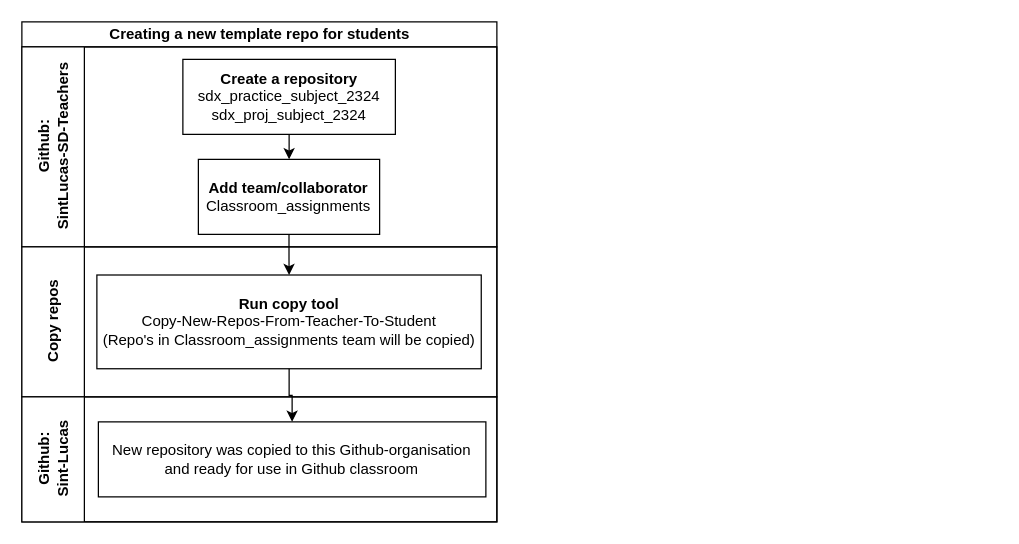
dvriet/diagrams keeps this draw.io diagram as github_assignments.drawio. Above is the earlier version. Source tidied: cells renumbered, new cells numbered last; positions are measured from the earlier drawing's top-left corner, leaving out a move shared by most shapes. Both pictures are drawn from the tidied source at 125%, with x=0, y=0 at pixel (21, 21).
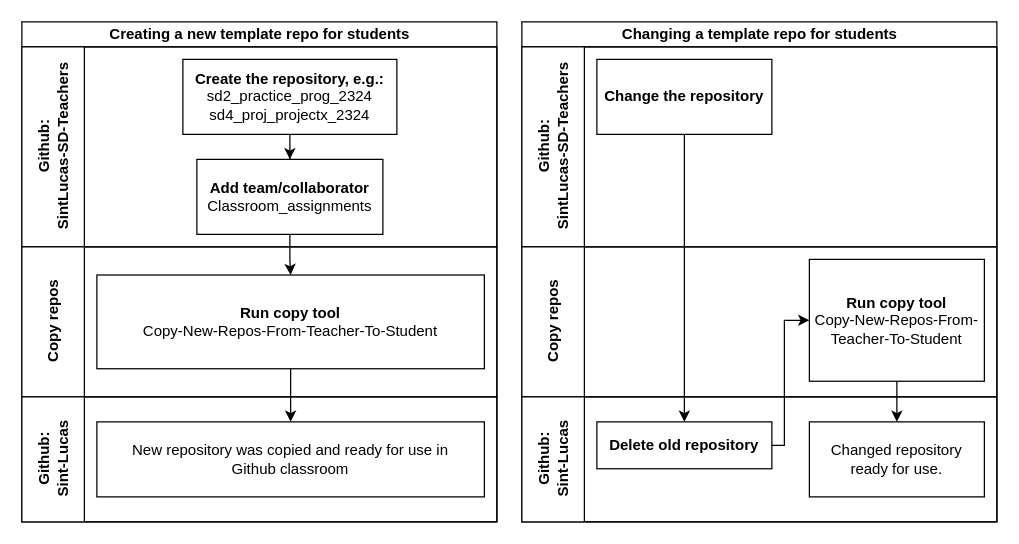
The same diagram, later.

Unchanged cells that the change refers to:
```xml
<mxCell id="2" value="Creating a new template repo for students" style="swimlane;horizontal=1;startSize=20;html=1;" parent="1" vertex="1">
  <mxGeometry width="380" height="400" as="geometry" />
</mxCell>
<mxCell id="3" value="Github:&lt;br&gt;SintLucas-SD-Teachers" style="swimlane;startSize=50;horizontal=0;html=1;" parent="2" vertex="1">
  <mxGeometry y="20" width="380" height="160" as="geometry" />
</mxCell>
<mxCell id="7" value="Copy repos" style="swimlane;startSize=50;horizontal=0;html=1;" parent="2" vertex="1">
  <mxGeometry y="180" width="380" height="120" as="geometry" />
</mxCell>
<mxCell id="9" value="Github:&lt;br&gt;Sint-Lucas" style="swimlane;startSize=50;horizontal=0;html=1;" parent="2" vertex="1">
  <mxGeometry y="300" width="380" height="100" as="geometry" />
</mxCell>
```

What changed in the source:
```diff
@@
-    <mxCell id="4" style="edgeStyle=orthogonalEdgeStyle;rounded=0;jettySize=auto;html=1;" parent="3" edge="1" source="5" target="6">
-      <mxGeometry relative="1" as="geometry" />
-    </mxCell>
-    <mxCell id="5" value="&lt;b&gt;Create a repository&lt;/b&gt;&lt;br&gt;sdx_practice_subject_2324&lt;br&gt;sdx_proj_subject_2324" style="rounded=0;whiteSpace=wrap;html=1;" parent="3" vertex="1">
-      <mxGeometry x="128.8" y="10" width="170" height="60" as="geometry" />
+    <mxCell id="5" value="&lt;b&gt;Create the repository, e.g.:&lt;br&gt;&lt;/b&gt;sd2_practice_prog_2324&lt;br&gt;sd4_proj_projectx_2324" style="rounded=0;whiteSpace=wrap;html=1;" parent="3" vertex="1">
+      <mxGeometry x="128.8" y="10" width="171.2" height="60" as="geometry" />
     </mxCell>
     <mxCell id="6" value="&lt;b&gt;Add team/collaborator&lt;/b&gt;&lt;br&gt;Classroom_assignments" style="whiteSpace=wrap;html=1;rounded=0;" parent="3" vertex="1">
-      <mxGeometry x="141.2" y="90" width="145" height="60" as="geometry" />
+      <mxGeometry x="140" y="90" width="148.8" height="60" as="geometry" />
     </mxCell>
+    <mxCell id="4" style="edgeStyle=orthogonalEdgeStyle;rounded=0;jettySize=auto;html=1;entryX=0.5;entryY=0;entryDx=0;entryDy=0;" parent="3" edge="1" source="5" target="6">
+      <mxGeometry relative="1" as="geometry" />
+    </mxCell>
@@
-    <mxCell id="8" value="&lt;b&gt;Run copy tool&lt;/b&gt;&lt;br&gt;Copy-New-Repos-From-Teacher-To-Student&lt;br&gt;(Repo's in Classroom_assignments team will be copied)" style="whiteSpace=wrap;html=1;rounded=0;" parent="7" vertex="1">
-      <mxGeometry x="60" y="22.5" width="307.5" height="75" as="geometry" />
+    <mxCell id="8" value="&lt;b&gt;Run copy tool&lt;/b&gt;&lt;br&gt;Copy-New-Repos-From-Teacher-To-Student" style="whiteSpace=wrap;html=1;rounded=0;" parent="7" vertex="1">
+      <mxGeometry x="60" y="22.5" width="310" height="75" as="geometry" />
     </mxCell>
@@
-    <mxCell id="10" value="New repository was copied to this Github-organisation and ready for use in Github classroom" style="whiteSpace=wrap;html=1;rounded=0;" parent="9" vertex="1">
-      <mxGeometry x="61.2" y="20" width="310" height="60" as="geometry" />
+    <mxCell id="10" value="New repository was copied and ready for use in &lt;br&gt;Github classroom" style="whiteSpace=wrap;html=1;rounded=0;" parent="9" vertex="1">
+      <mxGeometry x="60" y="20" width="310" height="60" as="geometry" />
     </mxCell>
+    <mxCell id="12" style="edgeStyle=orthogonalEdgeStyle;rounded=0;jettySize=auto;html=1;" parent="2" edge="1" source="8" target="10">
+      <mxGeometry relative="1" as="geometry" />
+    </mxCell>
-    <mxCell id="11" style="edgeStyle=orthogonalEdgeStyle;rounded=0;jettySize=auto;html=1;exitX=0.5;exitY=1;exitDx=0;exitDy=0;" parent="2" edge="1" source="6" target="8">
+    <mxCell id="11" style="edgeStyle=orthogonalEdgeStyle;rounded=0;jettySize=auto;html=1;" parent="2" edge="1" source="6" target="8">
       <mxGeometry relative="1" as="geometry" />
     </mxCell>
-    <mxCell id="12" style="edgeStyle=orthogonalEdgeStyle;rounded=0;jettySize=auto;html=1;" parent="2" edge="1" source="8" target="10">
-      <mxGeometry relative="1" as="geometry" />
-    </mxCell>
+    <mxCell id="13" value="Changing a template repo for students" style="swimlane;horizontal=1;startSize=20;html=1;" parent="1" vertex="1">
+      <mxGeometry x="400" width="380" height="400" as="geometry" />
+    </mxCell>
+    <mxCell id="14" value="Github:&lt;br&gt;SintLucas-SD-Teachers" style="swimlane;startSize=50;horizontal=0;html=1;" parent="13" vertex="1">
+      <mxGeometry y="20" width="380" height="160" as="geometry" />
+    </mxCell>
+    <mxCell id="15" value="&lt;b&gt;Change the repository&lt;/b&gt;" style="rounded=0;whiteSpace=wrap;html=1;" parent="14" vertex="1">
+      <mxGeometry x="60" y="10" width="140" height="60" as="geometry" />
+    </mxCell>
+    <mxCell id="16" value="Copy repos" style="swimlane;startSize=50;horizontal=0;html=1;" parent="13" vertex="1">
+      <mxGeometry y="180" width="380" height="120" as="geometry" />
+    </mxCell>
+    <mxCell id="17" value="&lt;b&gt;Run copy tool&lt;/b&gt;&lt;br&gt;Copy-New-Repos-From-Teacher-To-Student" style="whiteSpace=wrap;html=1;rounded=0;" parent="16" vertex="1">
+      <mxGeometry x="230" y="10" width="140" height="97.5" as="geometry" />
+    </mxCell>
+    <mxCell id="18" value="Github:&lt;br&gt;Sint-Lucas" style="swimlane;startSize=50;horizontal=0;html=1;" parent="13" vertex="1">
+      <mxGeometry y="300" width="380" height="100" as="geometry" />
+    </mxCell>
+    <mxCell id="19" value="Changed repository ready for use." style="whiteSpace=wrap;html=1;rounded=0;" parent="18" vertex="1">
+      <mxGeometry x="230" y="20" width="140" height="60" as="geometry" />
+    </mxCell>
+    <mxCell id="20" value="&lt;b&gt;Delete old repository&lt;/b&gt;" style="whiteSpace=wrap;html=1;rounded=0;" parent="18" vertex="1">
+      <mxGeometry x="60" y="20" width="140" height="37.5" as="geometry" />
+    </mxCell>
+    <mxCell id="21" style="edgeStyle=orthogonalEdgeStyle;rounded=0;jettySize=auto;html=1;" parent="13" edge="1" source="17" target="19">
+      <mxGeometry relative="1" as="geometry" />
+    </mxCell>
+    <mxCell id="22" style="edgeStyle=orthogonalEdgeStyle;rounded=0;jettySize=auto;html=1;" parent="13" edge="1" source="15" target="20">
+      <mxGeometry relative="1" as="geometry" />
+    </mxCell>
+    <mxCell id="23" style="edgeStyle=orthogonalEdgeStyle;rounded=0;jettySize=auto;html=1;entryX=0;entryY=0.5;entryDx=0;entryDy=0;" parent="13" edge="1" source="20" target="17">
+      <mxGeometry relative="1" as="geometry">
+        <Array as="points">
+          <mxPoint x="210" y="339" />
+          <mxPoint x="210" y="239" />
+        </Array>
+      </mxGeometry>
+    </mxCell>
```
